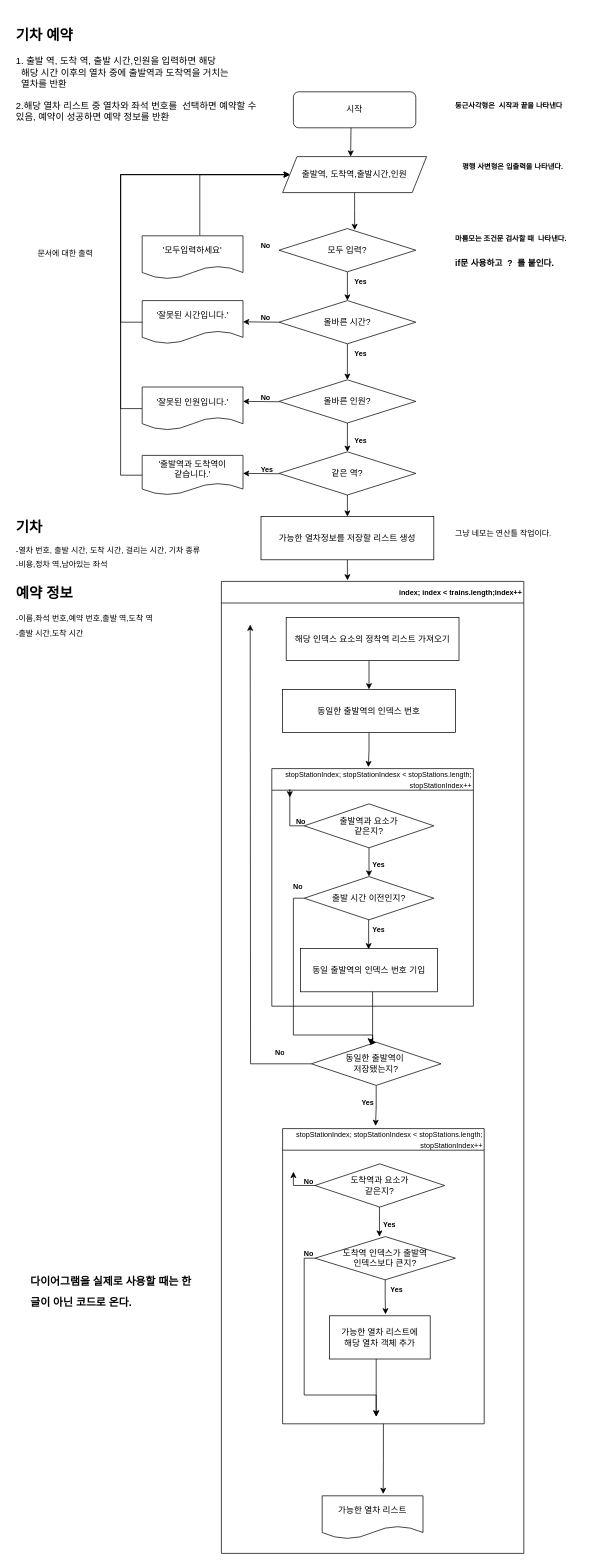
The draw.io diagram 제목 없는 다이어그램.drawio in yongyong216/diagrams, before the edit. Source tidied: cells renumbered, new cells numbered last; positions are measured from the earlier drawing's top-left corner, leaving out a move shared by most shapes. Both pictures are drawn from the tidied source at 72%, with x=0, y=0 at pixel (12, 19).
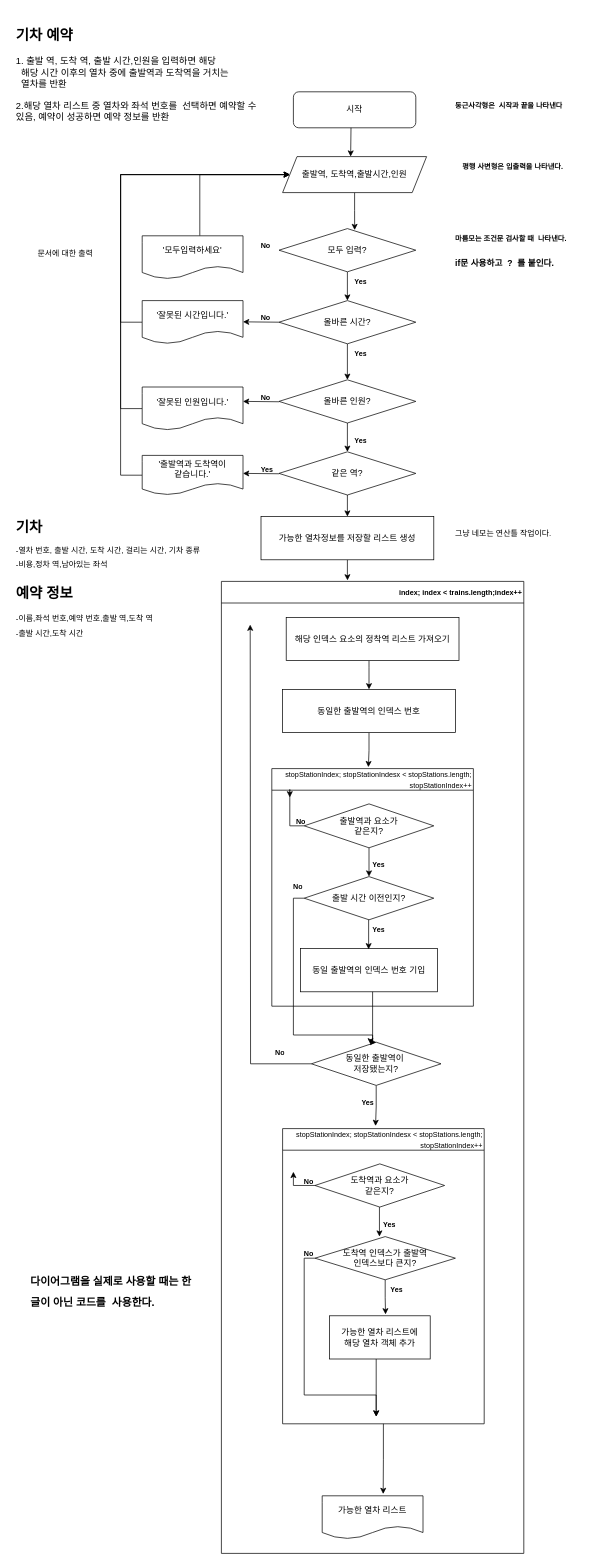
The same page after the edit.

Commit message:
기차표예매.drawio 업데이트

What changed in the source:
```diff
@@
-    <mxCell id="79" value="&lt;h1&gt;&lt;font style=&quot;font-size: 15px;&quot;&gt;다이어그램을 실제로 사용할 때는 한글이 아닌 코드로 온다.&lt;/font&gt;&lt;/h1&gt;" style="text;html=1;strokeColor=none;fillColor=none;spacing=5;spacingTop=-20;whiteSpace=wrap;overflow=hidden;rounded=0;" parent="1" vertex="1">
+    <mxCell id="79" value="&lt;h1&gt;&lt;font style=&quot;font-size: 15px;&quot;&gt;다이어그램을 실제로 사용할 때는 한글이 아닌 코드를&amp;nbsp; 사용한다.&lt;/font&gt;&lt;/h1&gt;" style="text;html=1;strokeColor=none;fillColor=none;spacing=5;spacingTop=-20;whiteSpace=wrap;overflow=hidden;rounded=0;" parent="1" vertex="1">
       <mxGeometry x="20" y="1730" width="240" height="70" as="geometry" />
     </mxCell>
```
